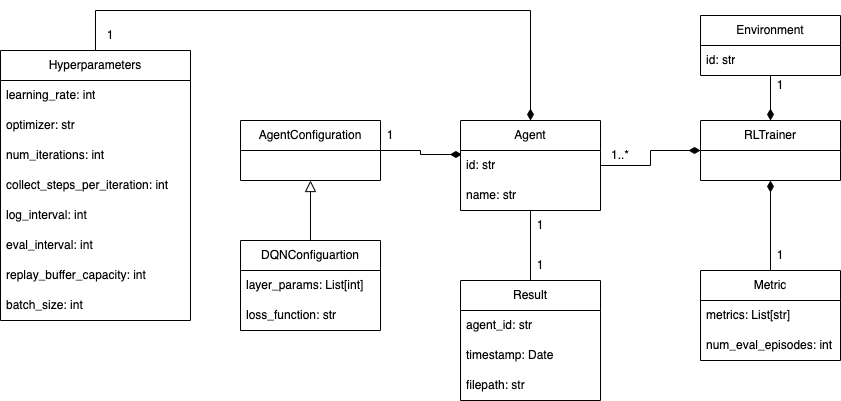
This is doc/source/img/rl_metamodel.png from danielcesario22/BSP5, a draw.io export, as it was before one commit. Source tidied: cells renumbered, new cells last; positions are measured from the earlier drawing's top-left corner, leaving out a move shared by most shapes.
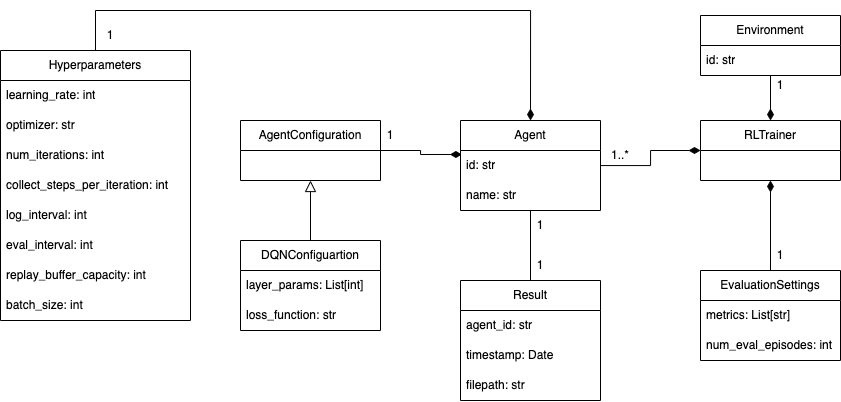
After the commit.

What changed in the source:
```diff
@@ -32,7 +32,7 @@
     <mxCell id="11" style="edgeStyle=orthogonalEdgeStyle;rounded=0;jettySize=auto;html=1;entryX=0.5;entryY=1;entryDx=0;entryDy=0;endSize=9;endArrow=diamondThin;endFill=1;" parent="1" edge="1" source="12" target="2">
       <mxGeometry relative="1" as="geometry" />
     </mxCell>
-    <mxCell id="12" value="Metric" style="swimlane;fontStyle=0;horizontal=1;startSize=30;whiteSpace=wrap;html=1;" parent="1" vertex="1">
+    <mxCell id="12" value="EvaluationSettings" style="swimlane;fontStyle=0;horizontal=1;startSize=30;whiteSpace=wrap;html=1;" parent="1" vertex="1">
       <mxGeometry x="700" y="260" width="140" height="90" as="geometry" />
     </mxCell>
     <mxCell id="13" value="metrics: List[str]" style="text;strokeColor=none;fillColor=none;align=left;verticalAlign=middle;spacingLeft=4;spacingRight=4;overflow=hidden;whiteSpace=wrap;html=1;" parent="12" vertex="1">
```
